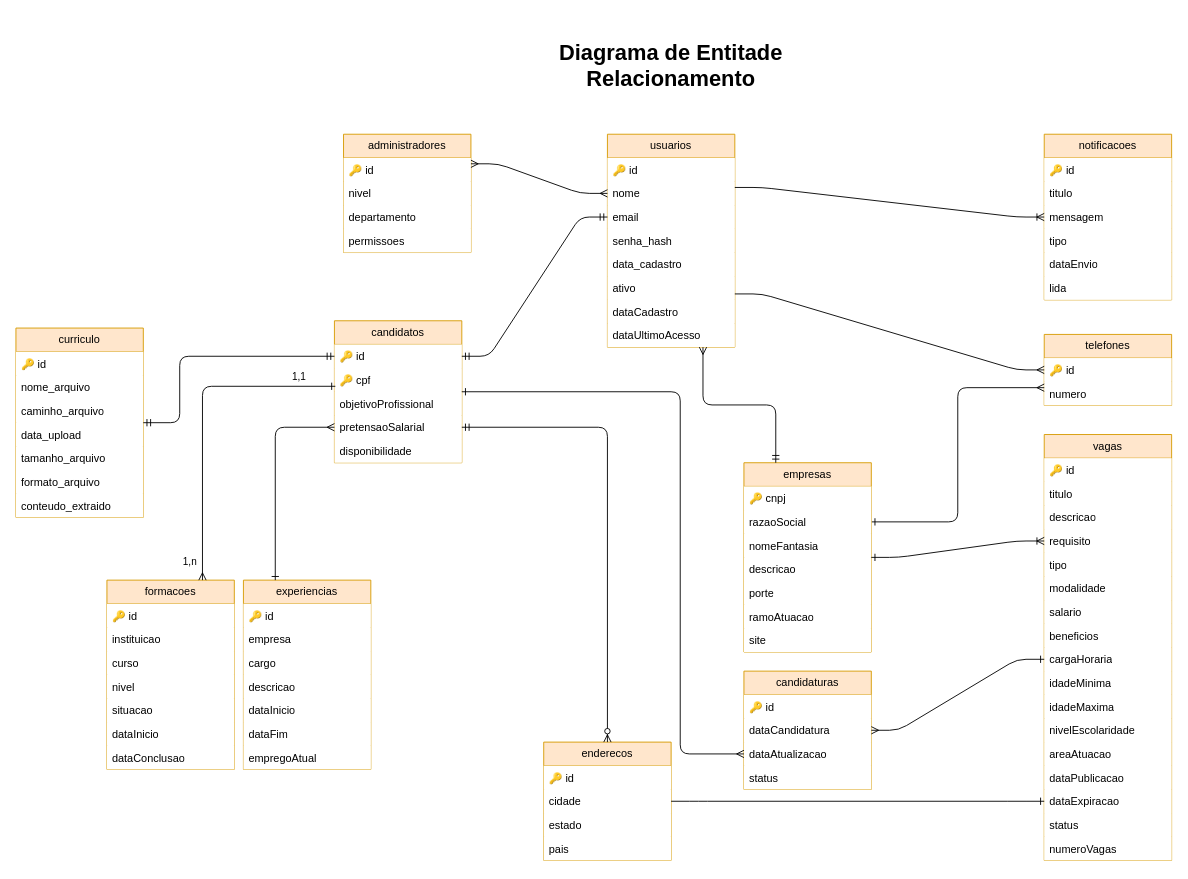
This is page "DER MatchVagas" (1 of 2) of Diagramas/Diagrama Entidade Relacionamento/Diagrama Entidade Relacionamento.dio from MatchVagas/Documentation, a draw.io file, before an edit. Source tidied: cells renumbered, new cells numbered last; positions are measured from the earlier drawing's top-left corner, leaving out a move shared by most shapes. Both pictures are drawn from the tidied source at 91%, with x=0, y=0 at pixel (15, 34).
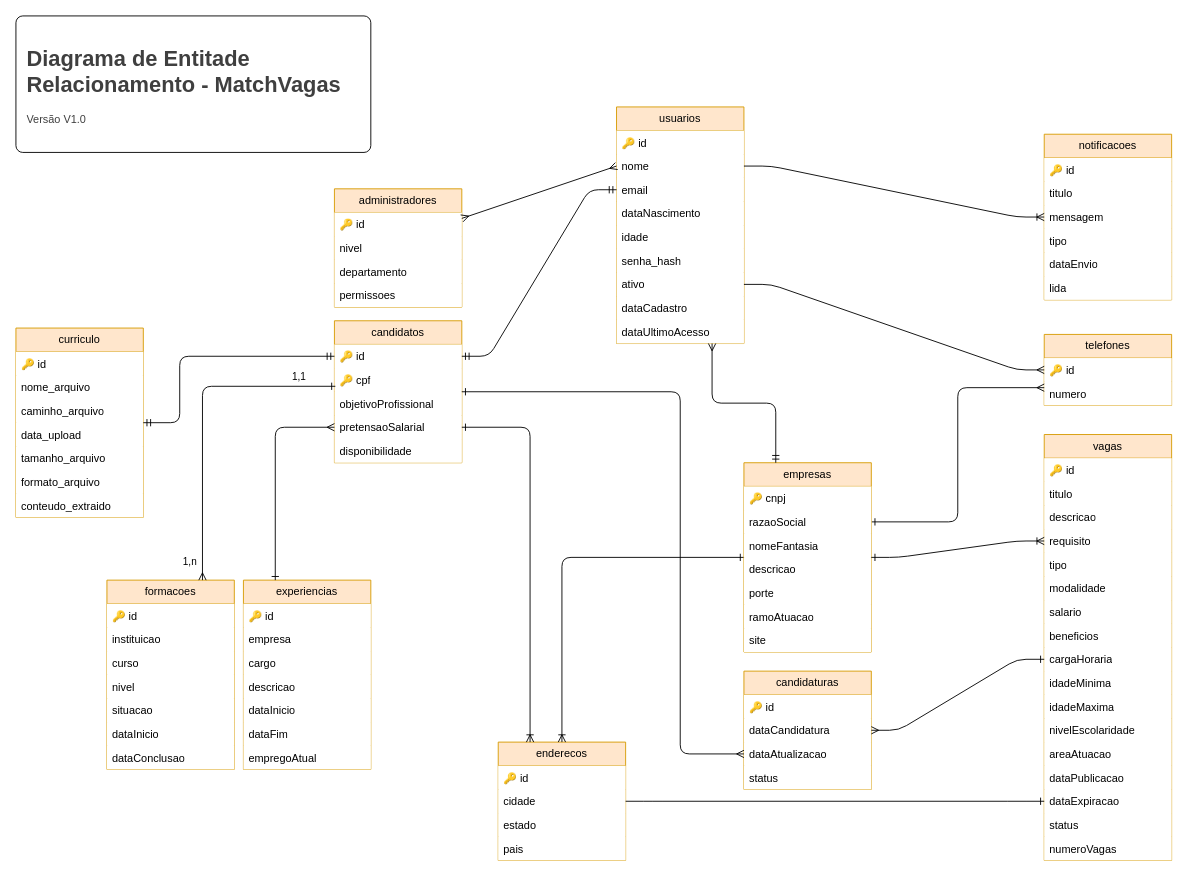
The same page after the edit.

Commit message (it also covers changes not shown here):
update diagram MER

The change refers to these unchanged cells:
```xml
<mxCell id="4" value="nome" style="text;strokeColor=none;fillColor=default;align=left;verticalAlign=top;spacingLeft=4;spacingRight=4;overflow=hidden;points=[[0,0.5],[1,0.5]];portConstraint=eastwest;whiteSpace=wrap;html=1;" parent="2" vertex="1">
  <mxGeometry y="52" width="140" height="26" as="geometry" />
</mxCell>
<mxCell id="14" value="candidatos" style="swimlane;fontStyle=0;horizontal=1;startSize=26;fillColor=#ffe6cc;whiteSpace=wrap;html=1;rounded=0;strokeColor=#d79b00;" parent="1" vertex="1">
  <mxGeometry x="350" y="315" width="140" height="156" as="geometry" />
</mxCell>
<mxCell id="26" value="empresas" style="swimlane;fontStyle=0;horizontal=1;startSize=26;fillColor=#ffe6cc;whiteSpace=wrap;html=1;rounded=0;strokeColor=#d79b00;" parent="1" vertex="1">
  <mxGeometry x="800" y="471" width="140" height="208" as="geometry" />
</mxCell>
```

Change to the diagram source:
```diff
@@
     <mxCell id="2" value="usuarios" style="swimlane;fontStyle=0;horizontal=1;startSize=26;fillColor=#ffe6cc;whiteSpace=wrap;html=1;rounded=0;strokeColor=#d79b00;" parent="1" vertex="1">
-      <mxGeometry x="650" y="110" width="140" height="234" as="geometry" />
+      <mxGeometry x="660" y="80" width="140" height="260" as="geometry" />
     </mxCell>
@@
+    <mxCell id="109" value="dataNascimento" style="text;strokeColor=none;fillColor=default;align=left;verticalAlign=top;spacingLeft=4;spacingRight=4;overflow=hidden;whiteSpace=wrap;html=1;" parent="2" vertex="1">
+      <mxGeometry y="104" width="140" height="26" as="geometry" />
+    </mxCell>
+    <mxCell id="110" value="idade" style="text;strokeColor=none;fillColor=default;align=left;verticalAlign=top;spacingLeft=4;spacingRight=4;overflow=hidden;whiteSpace=wrap;html=1;" parent="2" vertex="1">
+      <mxGeometry y="130" width="140" height="26" as="geometry" />
+    </mxCell>
     <mxCell id="6" value="senha_hash" style="text;strokeColor=none;fillColor=default;align=left;verticalAlign=top;spacingLeft=4;spacingRight=4;overflow=hidden;whiteSpace=wrap;html=1;" parent="2" vertex="1">
-      <mxGeometry y="104" width="140" height="26" as="geometry" />
+      <mxGeometry y="156" width="140" height="26" as="geometry" />
     </mxCell>
-    <mxCell id="7" value="data_cadastro" style="text;strokeColor=none;fillColor=default;align=left;verticalAlign=top;spacingLeft=4;spacingRight=4;overflow=hidden;whiteSpace=wrap;html=1;" parent="2" vertex="1">
-      <mxGeometry y="130" width="140" height="26" as="geometry" />
-    </mxCell>
     <mxCell id="8" value="ativo" style="text;strokeColor=none;fillColor=default;align=left;verticalAlign=top;spacingLeft=4;spacingRight=4;overflow=hidden;whiteSpace=wrap;html=1;" parent="2" vertex="1">
-      <mxGeometry y="156" width="140" height="26" as="geometry" />
+      <mxGeometry y="182" width="140" height="26" as="geometry" />
     </mxCell>
     <mxCell id="9" value="dataCadastro" style="text;strokeColor=none;fillColor=default;align=left;verticalAlign=top;spacingLeft=4;spacingRight=4;overflow=hidden;whiteSpace=wrap;html=1;" parent="2" vertex="1">
-      <mxGeometry y="182" width="140" height="26" as="geometry" />
+      <mxGeometry y="208" width="140" height="26" as="geometry" />
     </mxCell>
     <mxCell id="10" value="dataUltimoAcesso" style="text;strokeColor=none;fillColor=default;align=left;verticalAlign=top;spacingLeft=4;spacingRight=4;overflow=hidden;whiteSpace=wrap;html=1;" parent="2" vertex="1">
-      <mxGeometry y="208" width="140" height="26" as="geometry" />
+      <mxGeometry y="234" width="140" height="26" as="geometry" />
     </mxCell>
@@
     <mxCell id="20" value="enderecos" style="swimlane;fontStyle=0;horizontal=1;startSize=26;fillColor=#ffe6cc;whiteSpace=wrap;html=1;rounded=0;strokeColor=#d79b00;" parent="1" vertex="1">
-      <mxGeometry x="580" y="778" width="140" height="130" as="geometry" />
+      <mxGeometry x="530" y="778" width="140" height="130" as="geometry" />
     </mxCell>
@@
+    <mxCell id="111" style="edgeStyle=orthogonalEdgeStyle;html=1;startArrow=ERone;startFill=0;endArrow=ERoneToMany;endFill=0;" parent="1" edge="1" source="26" target="20">
+      <mxGeometry relative="1" as="geometry" />
+    </mxCell>
@@
     <mxCell id="52" value="administradores" style="swimlane;fontStyle=0;horizontal=1;startSize=26;fillColor=#ffe6cc;whiteSpace=wrap;html=1;rounded=0;strokeColor=#d79b00;" parent="1" vertex="1">
-      <mxGeometry x="360" y="110" width="140" height="130" as="geometry" />
+      <mxGeometry x="350" y="170" width="140" height="130" as="geometry" />
     </mxCell>
@@
-    <mxCell id="87" style="edgeStyle=orthogonalEdgeStyle;fontSize=12;html=1;endArrow=ERzeroToMany;startArrow=ERmandOne;exitX=1;exitY=0.75;exitDx=0;exitDy=0;" parent="1" edge="1" source="14" target="20">
+    <mxCell id="87" style="edgeStyle=orthogonalEdgeStyle;fontSize=12;html=1;endArrow=ERoneToMany;startArrow=ERone;exitX=1;exitY=0.75;exitDx=0;exitDy=0;startFill=0;endFill=0;entryX=0.25;entryY=0;entryDx=0;entryDy=0;" parent="1" edge="1" source="14" target="20">
       <mxGeometry relative="1" as="geometry">
         <Array as="points">
-          <mxPoint x="650" y="432" />
+          <mxPoint x="565" y="432" />
         </Array>
       </mxGeometry>
     </mxCell>
-    <mxCell id="88" style="edgeStyle=entityRelationEdgeStyle;fontSize=12;html=1;endArrow=ERmany;startArrow=ERmany;entryX=0;entryY=0.5;entryDx=0;entryDy=0;exitX=1;exitY=0.25;exitDx=0;exitDy=0;startFill=0;endFill=0;" parent="1" edge="1" source="52" target="4">
+    <mxCell id="88" style="fontSize=12;html=1;endArrow=ERmany;startArrow=ERmany;entryX=0;entryY=0.5;entryDx=0;entryDy=0;exitX=1;exitY=0.25;exitDx=0;exitDy=0;startFill=0;endFill=0;" parent="1" edge="1" source="52" target="4">
       <mxGeometry relative="1" as="geometry" />
     </mxCell>
@@
-    <mxCell id="99" value="&lt;h1&gt;Diagrama de Entitade Relacionamento&lt;/h1&gt;" style="text;html=1;align=center;verticalAlign=middle;whiteSpace=wrap;rounded=0;" parent="1" vertex="1">
-      <mxGeometry x="520" width="400" height="70" as="geometry" />
-    </mxCell>
@@
+    <mxCell id="112" style="group;" parent="1" vertex="1">
+      <mxGeometry y="-20" width="390" height="150" as="geometry" />
+    </mxCell>
+    <mxCell id="113" value="&lt;h1 style=&quot;scrollbar-color: rgb(226, 226, 226) rgb(251, 251, 251); line-height: 180%; color: rgb(63, 63, 63);&quot;&gt;&lt;br&gt;&lt;/h1&gt;" style="rounded=1;whiteSpace=wrap;html=1;align=left;arcSize=5;" parent="112" vertex="1">
+      <mxGeometry width="390" height="150" as="geometry" />
+    </mxCell>
+    <mxCell id="114" value="&lt;h1 style=&quot;scrollbar-color: rgb(226, 226, 226) rgb(251, 251, 251); color: rgb(63, 63, 63);&quot;&gt;Diagrama de Entitade Relacionamento - MatchVagas&lt;/h1&gt;&lt;h4 style=&quot;color: rgb(63, 63, 63); scrollbar-color: rgb(226, 226, 226) rgb(251, 251, 251);&quot;&gt;&lt;span style=&quot;font-weight: normal;&quot;&gt;Versão V1.0&lt;/span&gt;&lt;/h4&gt;" style="text;html=1;whiteSpace=wrap;overflow=hidden;rounded=0;" parent="112" vertex="1">
+      <mxGeometry x="10" y="10" width="370" height="115" as="geometry" />
+    </mxCell>
```
